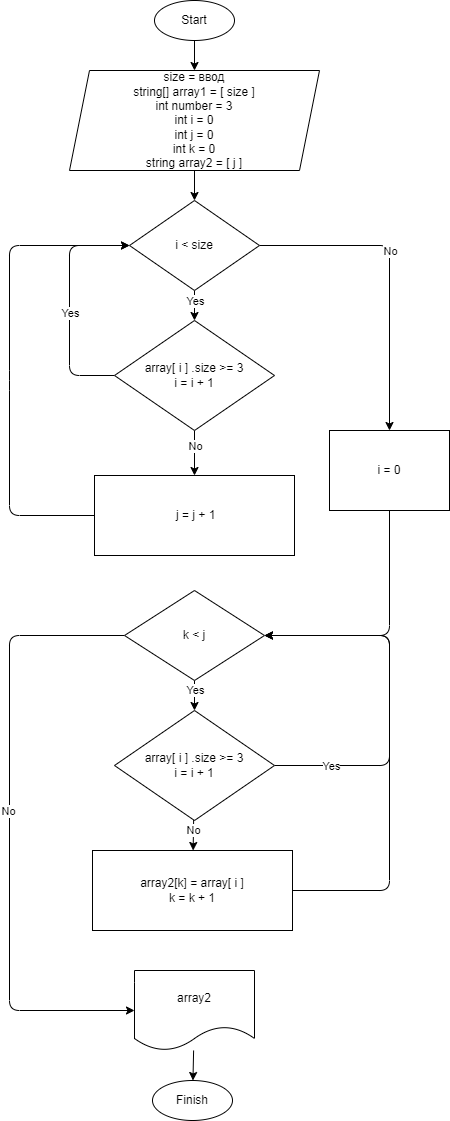
Earlier version of the draw.io export ControlWork.drawio.png (MelyNik/ControlWork). Source tidied: cells renumbered, new cells last; positions are measured from the earlier drawing's top-left corner, leaving out a move shared by most shapes. The source it was exported from:
```xml
<mxGraphModel>
  <root>
    <mxCell id="0" />
    <mxCell id="1" parent="0" />
    <mxCell id="2" style="edgeStyle=none;html=1;" parent="1" edge="1" source="3" target="5">
      <mxGeometry relative="1" as="geometry" />
    </mxCell>
    <mxCell id="3" value="Start" style="ellipse;whiteSpace=wrap;html=1;" parent="1" vertex="1">
      <mxGeometry x="145" width="80" height="40" as="geometry" />
    </mxCell>
    <mxCell id="4" style="edgeStyle=none;html=1;" parent="1" edge="1" source="5" target="17">
      <mxGeometry relative="1" as="geometry" />
    </mxCell>
    <mxCell id="5" value="size = ввод&lt;br&gt;string[] array1 = [ size ]&lt;br&gt;int number = 3&lt;br&gt;int i = 0&lt;br&gt;int j = 0&lt;br&gt;int k = 0&lt;br&gt;string array2 = [ j ]" style="shape=parallelogram;perimeter=parallelogramPerimeter;whiteSpace=wrap;html=1;fixedSize=1;" parent="1" vertex="1">
      <mxGeometry x="60" y="70" width="250" height="100" as="geometry" />
    </mxCell>
    <mxCell id="6" style="edgeStyle=none;html=1;" parent="1" edge="1" source="10" target="12">
      <mxGeometry relative="1" as="geometry" />
    </mxCell>
    <mxCell id="7" value="No" style="edgeLabel;html=1;align=center;verticalAlign=middle;" parent="6" vertex="1">
      <mxGeometry x="-0.32" relative="1" as="geometry" />
    </mxCell>
    <mxCell id="8" style="edgeStyle=none;html=1;entryX=0;entryY=0.5;entryDx=0;entryDy=0;" parent="1" edge="1" source="10" target="17">
      <mxGeometry relative="1" as="geometry">
        <Array as="points">
          <mxPoint x="60" y="375" />
          <mxPoint x="60" y="245" />
        </Array>
      </mxGeometry>
    </mxCell>
    <mxCell id="9" value="Yes" style="edgeLabel;html=1;align=center;verticalAlign=middle;" parent="8" vertex="1">
      <mxGeometry x="-0.21" y="-1" relative="1" as="geometry">
        <mxPoint x="-1" y="-15" as="offset" />
      </mxGeometry>
    </mxCell>
    <mxCell id="10" value="array[ i ] .size &amp;gt;= 3&lt;br&gt;i = i + 1" style="rhombus;whiteSpace=wrap;html=1;" parent="1" vertex="1">
      <mxGeometry x="105" y="320" width="160" height="110" as="geometry" />
    </mxCell>
    <mxCell id="11" style="edgeStyle=none;html=1;entryX=0;entryY=0.5;entryDx=0;entryDy=0;" parent="1" edge="1" source="12" target="17">
      <mxGeometry relative="1" as="geometry">
        <Array as="points">
          <mxPoint y="515" />
          <mxPoint y="380" />
          <mxPoint y="245" />
        </Array>
      </mxGeometry>
    </mxCell>
    <mxCell id="12" value="&amp;nbsp;j = j + 1" style="rounded=0;whiteSpace=wrap;html=1;" parent="1" vertex="1">
      <mxGeometry x="85" y="475" width="200" height="80" as="geometry" />
    </mxCell>
    <mxCell id="13" style="edgeStyle=none;html=1;entryX=0.5;entryY=0;entryDx=0;entryDy=0;" parent="1" edge="1" source="17" target="29">
      <mxGeometry relative="1" as="geometry">
        <Array as="points">
          <mxPoint x="380" y="245" />
        </Array>
      </mxGeometry>
    </mxCell>
    <mxCell id="14" value="No" style="edgeLabel;html=1;align=center;verticalAlign=middle;" parent="13" vertex="1">
      <mxGeometry x="-0.02" relative="1" as="geometry">
        <mxPoint y="-19" as="offset" />
      </mxGeometry>
    </mxCell>
    <mxCell id="15" style="edgeStyle=none;html=1;" parent="1" edge="1" source="17" target="10">
      <mxGeometry relative="1" as="geometry" />
    </mxCell>
    <mxCell id="16" value="Yes" style="edgeLabel;html=1;align=center;verticalAlign=middle;" parent="15" vertex="1">
      <mxGeometry x="-0.65" relative="1" as="geometry">
        <mxPoint y="5" as="offset" />
      </mxGeometry>
    </mxCell>
    <mxCell id="17" value="i &amp;lt; size" style="rhombus;whiteSpace=wrap;html=1;" parent="1" vertex="1">
      <mxGeometry x="120" y="200" width="130" height="90" as="geometry" />
    </mxCell>
    <mxCell id="18" style="edgeStyle=none;html=1;" parent="1" edge="1" source="22" target="27">
      <mxGeometry relative="1" as="geometry" />
    </mxCell>
    <mxCell id="19" value="Yes" style="edgeLabel;html=1;align=center;verticalAlign=middle;" parent="18" vertex="1">
      <mxGeometry x="-0.43" relative="1" as="geometry" />
    </mxCell>
    <mxCell id="20" style="edgeStyle=none;html=1;entryX=0;entryY=0.5;entryDx=0;entryDy=0;" parent="1" edge="1" source="22" target="33">
      <mxGeometry relative="1" as="geometry">
        <Array as="points">
          <mxPoint y="635" />
          <mxPoint y="1010" />
        </Array>
      </mxGeometry>
    </mxCell>
    <mxCell id="21" value="No" style="edgeLabel;html=1;align=center;verticalAlign=middle;" parent="20" vertex="1">
      <mxGeometry x="-0.08" y="-2" relative="1" as="geometry">
        <mxPoint y="8" as="offset" />
      </mxGeometry>
    </mxCell>
    <mxCell id="22" value="k &amp;lt; j" style="rhombus;whiteSpace=wrap;html=1;" parent="1" vertex="1">
      <mxGeometry x="115" y="590" width="140" height="90" as="geometry" />
    </mxCell>
    <mxCell id="23" style="edgeStyle=none;html=1;entryX=1;entryY=0.5;entryDx=0;entryDy=0;" parent="1" edge="1" source="27" target="22">
      <mxGeometry relative="1" as="geometry">
        <Array as="points">
          <mxPoint x="380" y="765" />
          <mxPoint x="380" y="635" />
        </Array>
      </mxGeometry>
    </mxCell>
    <mxCell id="24" value="Yes" style="edgeLabel;html=1;align=center;verticalAlign=middle;" parent="23" vertex="1">
      <mxGeometry x="-0.62" y="-2" relative="1" as="geometry">
        <mxPoint x="-15" y="-2" as="offset" />
      </mxGeometry>
    </mxCell>
    <mxCell id="25" style="edgeStyle=none;html=1;" parent="1" edge="1" source="27" target="31">
      <mxGeometry relative="1" as="geometry" />
    </mxCell>
    <mxCell id="26" value="No" style="edgeLabel;html=1;align=center;verticalAlign=middle;" parent="25" vertex="1">
      <mxGeometry x="-0.59" relative="1" as="geometry">
        <mxPoint x="-1" y="4" as="offset" />
      </mxGeometry>
    </mxCell>
    <mxCell id="27" value="array[ i ] .size &amp;gt;= 3&lt;br&gt;i = i + 1" style="rhombus;whiteSpace=wrap;html=1;" parent="1" vertex="1">
      <mxGeometry x="105" y="710" width="160" height="110" as="geometry" />
    </mxCell>
    <mxCell id="28" style="edgeStyle=none;html=1;entryX=1;entryY=0.5;entryDx=0;entryDy=0;" parent="1" edge="1" source="29" target="22">
      <mxGeometry relative="1" as="geometry">
        <Array as="points">
          <mxPoint x="380" y="635" />
        </Array>
      </mxGeometry>
    </mxCell>
    <mxCell id="29" value="i = 0" style="rounded=0;whiteSpace=wrap;html=1;" parent="1" vertex="1">
      <mxGeometry x="320" y="430" width="120" height="80" as="geometry" />
    </mxCell>
    <mxCell id="30" style="edgeStyle=none;html=1;entryX=1;entryY=0.5;entryDx=0;entryDy=0;" parent="1" edge="1" source="31" target="22">
      <mxGeometry relative="1" as="geometry">
        <Array as="points">
          <mxPoint x="380" y="890" />
          <mxPoint x="380" y="635" />
        </Array>
      </mxGeometry>
    </mxCell>
    <mxCell id="31" value="array2[k] = array[ i ]&lt;br&gt;k = k + 1" style="rounded=0;whiteSpace=wrap;html=1;" parent="1" vertex="1">
      <mxGeometry x="83" y="850" width="200" height="80" as="geometry" />
    </mxCell>
    <mxCell id="32" style="edgeStyle=none;html=1;" parent="1" edge="1" source="33" target="34">
      <mxGeometry relative="1" as="geometry" />
    </mxCell>
    <mxCell id="33" value="array2" style="shape=document;whiteSpace=wrap;html=1;boundedLbl=1;" parent="1" vertex="1">
      <mxGeometry x="125" y="970" width="120" height="80" as="geometry" />
    </mxCell>
    <mxCell id="34" value="Finish" style="ellipse;whiteSpace=wrap;html=1;" parent="1" vertex="1">
      <mxGeometry x="143" y="1080" width="80" height="40" as="geometry" />
    </mxCell>
  </root>
</mxGraphModel>
```
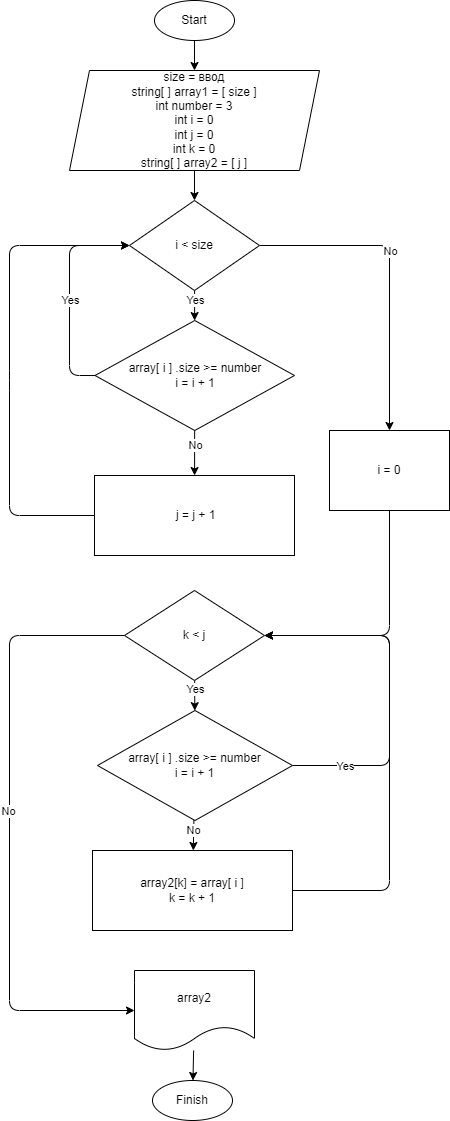
Later version of the same file.

Commit message:
Скорректировали блок-схему

Diff of the diagram source:
```diff
@@ -11,7 +11,7 @@
     <mxCell id="4" style="edgeStyle=none;html=1;" parent="1" edge="1" source="5" target="17">
       <mxGeometry relative="1" as="geometry" />
     </mxCell>
-    <mxCell id="5" value="size = ввод&lt;br&gt;string[] array1 = [ size ]&lt;br&gt;int number = 3&lt;br&gt;int i = 0&lt;br&gt;int j = 0&lt;br&gt;int k = 0&lt;br&gt;string array2 = [ j ]" style="shape=parallelogram;perimeter=parallelogramPerimeter;whiteSpace=wrap;html=1;fixedSize=1;" parent="1" vertex="1">
+    <mxCell id="5" value="size = ввод&lt;br&gt;string[ ] array1 = [ size ]&lt;br&gt;int number = 3&lt;br&gt;int i = 0&lt;br&gt;int j = 0&lt;br&gt;int k = 0&lt;br&gt;string[ ] array2 = [ j ]" style="shape=parallelogram;perimeter=parallelogramPerimeter;whiteSpace=wrap;html=1;fixedSize=1;" parent="1" vertex="1">
       <mxGeometry x="60" y="70" width="250" height="100" as="geometry" />
     </mxCell>
     <mxCell id="6" style="edgeStyle=none;html=1;" parent="1" edge="1" source="10" target="12">
@@ -33,8 +33,8 @@
         <mxPoint x="-1" y="-15" as="offset" />
       </mxGeometry>
     </mxCell>
-    <mxCell id="10" value="array[ i ] .size &amp;gt;= 3&lt;br&gt;i = i + 1" style="rhombus;whiteSpace=wrap;html=1;" parent="1" vertex="1">
-      <mxGeometry x="105" y="320" width="160" height="110" as="geometry" />
+    <mxCell id="10" value="array[ i ] .size &amp;gt;= number&lt;br&gt;i = i + 1" style="rhombus;whiteSpace=wrap;html=1;" parent="1" vertex="1">
+      <mxGeometry x="85.5" y="320" width="199.5" height="110" as="geometry" />
     </mxCell>
     <mxCell id="11" style="edgeStyle=none;html=1;entryX=0;entryY=0.5;entryDx=0;entryDy=0;" parent="1" edge="1" source="12" target="17">
       <mxGeometry relative="1" as="geometry">
@@ -114,8 +114,8 @@
         <mxPoint x="-1" y="4" as="offset" />
       </mxGeometry>
     </mxCell>
-    <mxCell id="27" value="array[ i ] .size &amp;gt;= 3&lt;br&gt;i = i + 1" style="rhombus;whiteSpace=wrap;html=1;" parent="1" vertex="1">
-      <mxGeometry x="105" y="710" width="160" height="110" as="geometry" />
+    <mxCell id="27" value="array[ i ] .size &amp;gt;= number&lt;br&gt;i = i + 1" style="rhombus;whiteSpace=wrap;html=1;" parent="1" vertex="1">
+      <mxGeometry x="88" y="710" width="195" height="110" as="geometry" />
     </mxCell>
     <mxCell id="28" style="edgeStyle=none;html=1;entryX=1;entryY=0.5;entryDx=0;entryDy=0;" parent="1" edge="1" source="29" target="22">
       <mxGeometry relative="1" as="geometry">
```
